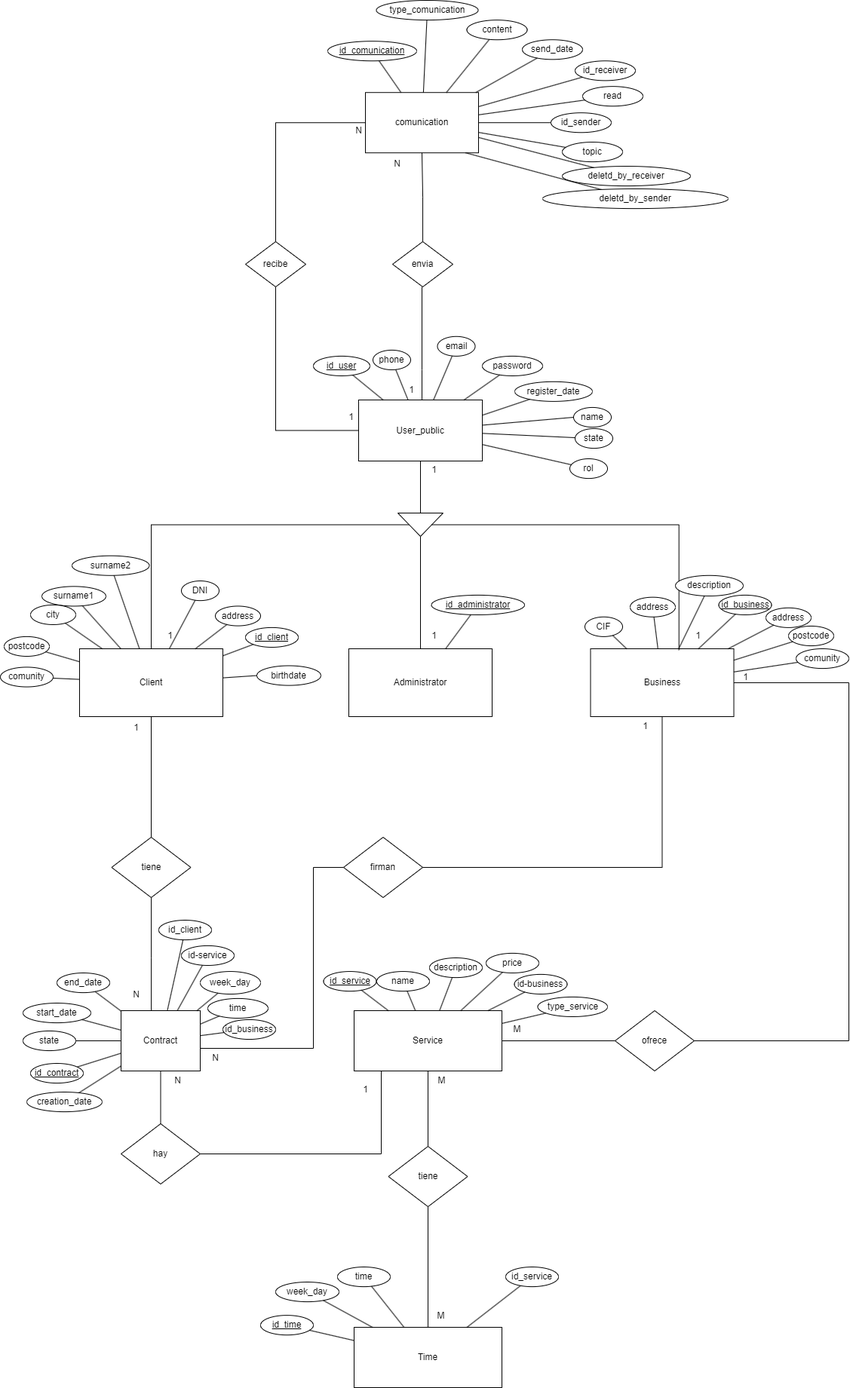
This is documentacion_extra/base_datos/ER.drawio.png from egilp04/TFG_Cuidados, a draw.io export, as it was before one commit. Source tidied: cells renumbered, new cells last; positions are measured from the earlier drawing's top-left corner, leaving out a move shared by most shapes.
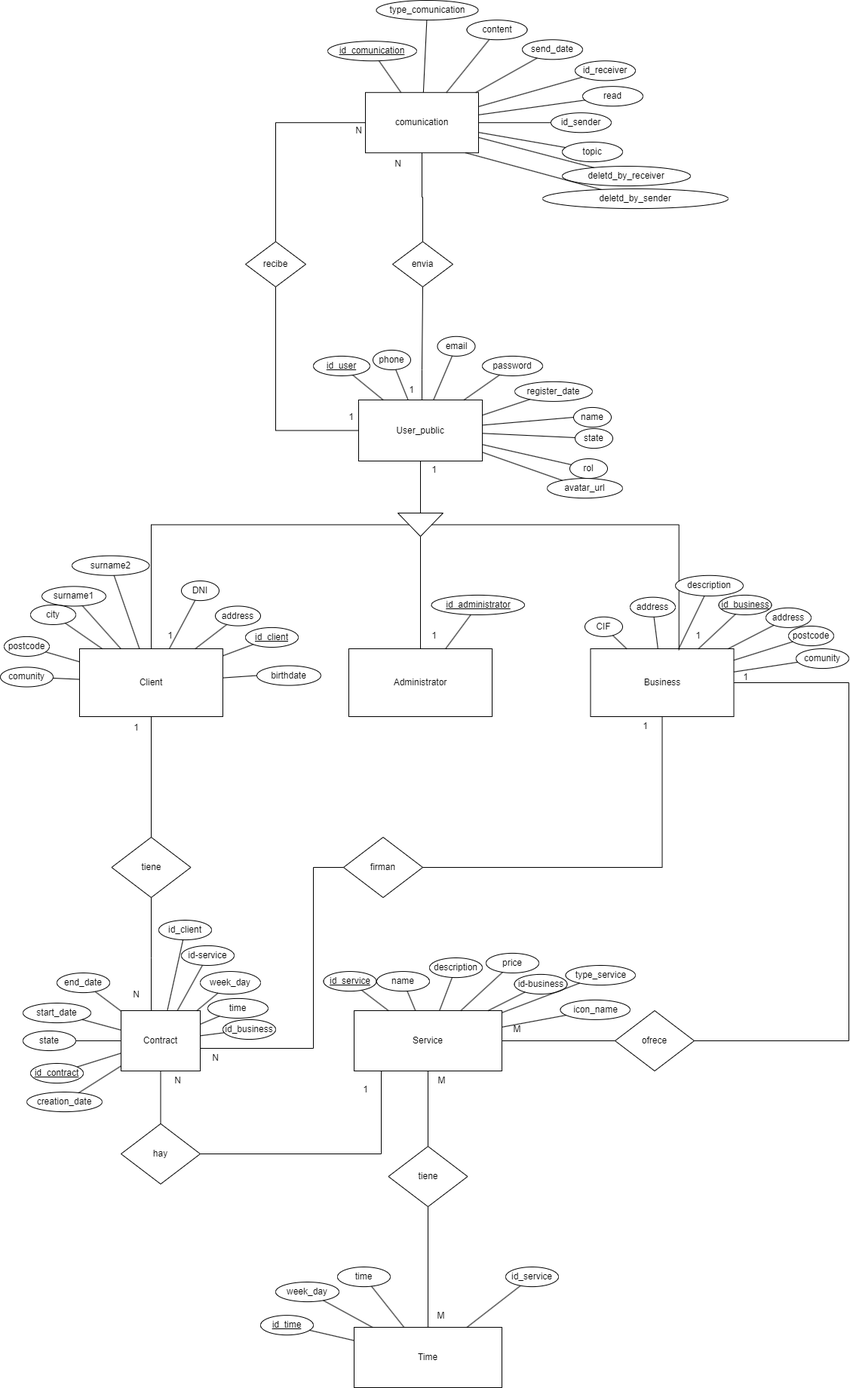
After the commit.

Diff of the diagram source:
```diff
@@ -381,7 +381,7 @@
       <mxGeometry relative="1" as="geometry" />
     </mxCell>
     <mxCell id="119" value="type_service" style="ellipse;whiteSpace=wrap;html=1;" parent="1" vertex="1">
-      <mxGeometry x="712.5" y="1321.9" width="92.5" height="26.1" as="geometry" />
+      <mxGeometry x="749.5" y="1280" width="92.5" height="26.1" as="geometry" />
     </mxCell>
     <mxCell id="120" style="endArrow=none;html=1;rounded=0;" parent="1" edge="1" source="24" target="119">
       <mxGeometry relative="1" as="geometry" />
@@ -520,5 +520,17 @@
     <mxCell id="163" style="endArrow=none;html=1;rounded=0;" parent="1" edge="1" source="9" target="162">
       <mxGeometry relative="1" as="geometry" />
     </mxCell>
+    <mxCell id="164" value="avatar_url" style="ellipse;whiteSpace=wrap;html=1;" parent="1" vertex="1">
+      <mxGeometry x="725" y="634.1" width="100" height="26.1" as="geometry" />
+    </mxCell>
+    <mxCell id="165" style="endArrow=none;html=1;rounded=0;" parent="1" edge="1" source="9" target="164">
+      <mxGeometry relative="1" as="geometry" />
+    </mxCell>
+    <mxCell id="166" value="icon_name" style="ellipse;whiteSpace=wrap;html=1;" parent="1" vertex="1">
+      <mxGeometry x="742.5" y="1325.8" width="92.5" height="26.1" as="geometry" />
+    </mxCell>
+    <mxCell id="167" style="endArrow=none;html=1;rounded=0;" parent="1" edge="1" source="24" target="166">
+      <mxGeometry relative="1" as="geometry" />
+    </mxCell>
   </root>
 </mxGraphModel>
```
